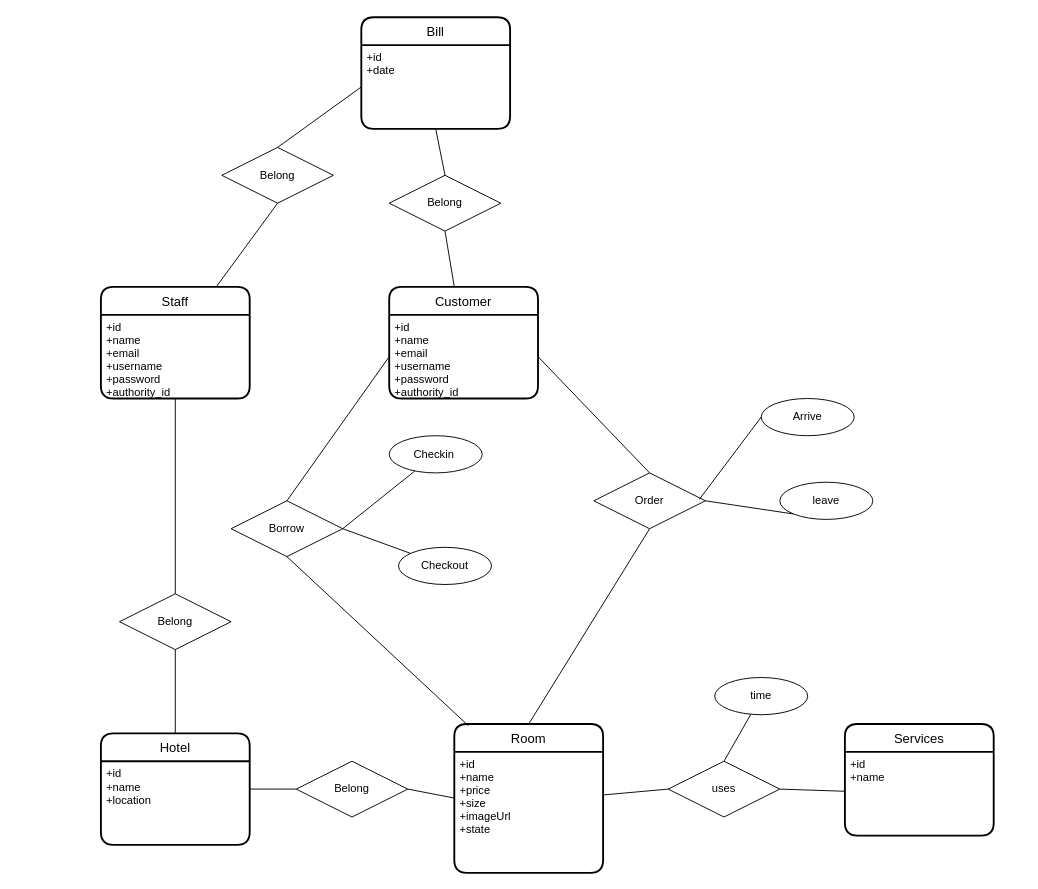
Before: Entity.drawio in KIT2022G2/Project_Hotel_G2, a draw.io diagram. Source tidied: cells renumbered, new cells numbered last; positions are measured from the earlier drawing's top-left corner, leaving out a move shared by most shapes. Both pictures are drawn from the tidied source at 93%, with x=0, y=0 at pixel (100, 17).
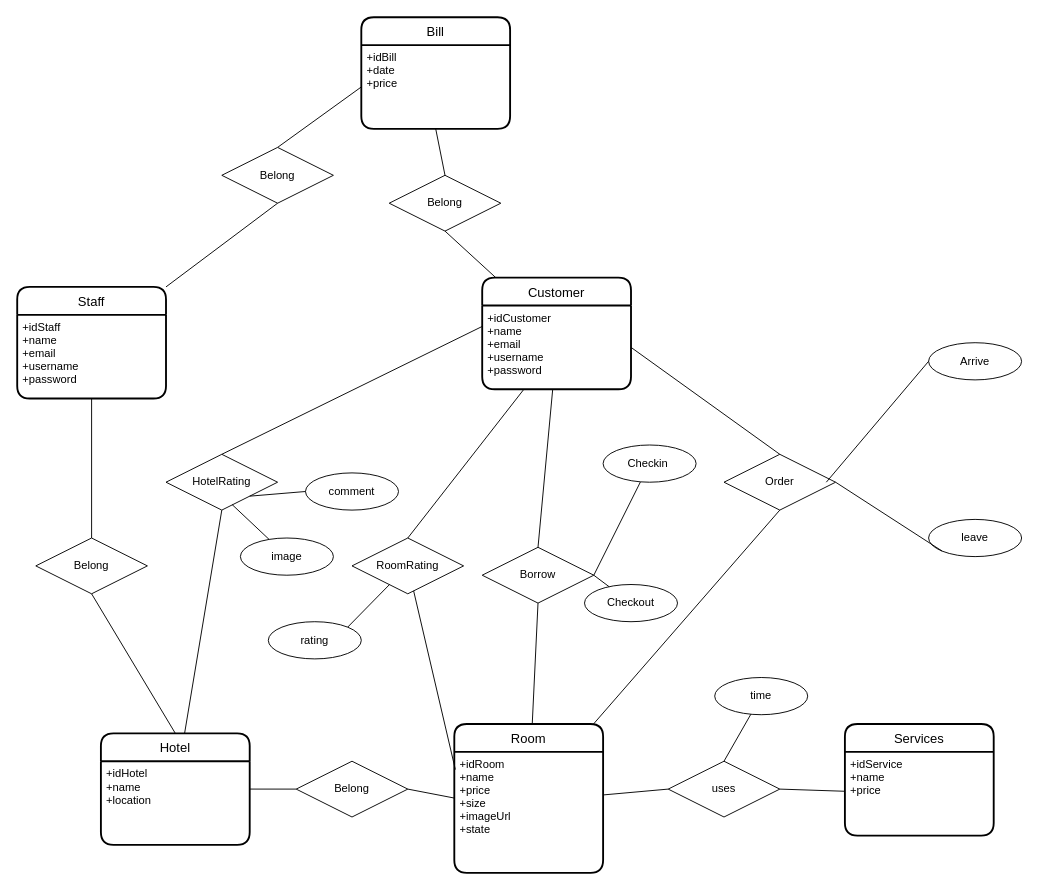
Above is the later version.

Unchanged cells that the change refers to:
```xml
<mxCell id="4" value="Hotel" style="swimlane;horizontal=1;startSize=30;rounded=1;fontSize=14;fontStyle=0;strokeWidth=2;shadow=0;dashed=0;align=center;" parent="1" vertex="1">
  <mxGeometry y="770" width="160" height="120" as="geometry" />
</mxCell>
<mxCell id="6" value="Room" style="swimlane;horizontal=1;startSize=30;rounded=1;fontSize=14;fontStyle=0;strokeWidth=2;shadow=0;dashed=0;align=center;" parent="1" vertex="1">
  <mxGeometry x="380" y="760" width="160" height="160" as="geometry" />
</mxCell>
<mxCell id="8" value="Services" style="swimlane;horizontal=1;startSize=30;rounded=1;fontSize=14;fontStyle=0;strokeWidth=2;shadow=0;dashed=0;align=center;" parent="1" vertex="1">
  <mxGeometry x="800" y="760" width="160" height="120" as="geometry" />
</mxCell>
<mxCell id="37" value="Bill" style="swimlane;horizontal=1;startSize=30;rounded=1;fontSize=14;fontStyle=0;strokeWidth=2;shadow=0;dashed=0;align=center;" parent="1" vertex="1">
  <mxGeometry x="280" width="160" height="120" as="geometry" />
</mxCell>
```

The edit, as a diff of the source:
```diff
@@
     <mxCell id="2" value="Staff" style="swimlane;horizontal=1;startSize=30;rounded=1;fontSize=14;fontStyle=0;strokeWidth=2;shadow=0;dashed=0;align=center;" parent="1" vertex="1">
-      <mxGeometry y="290" width="160" height="120" as="geometry" />
+      <mxGeometry x="-90" y="290" width="160" height="120" as="geometry" />
     </mxCell>
-    <mxCell id="3" value="+id&#10;+name&#10;+email&#10;+username&#10;+password&#10;+authority_id" style="align=left;strokeColor=none;fillColor=none;spacingLeft=4;fontSize=12;verticalAlign=top;" parent="2" vertex="1">
+    <mxCell id="3" value="+idStaff&#10;+name&#10;+email&#10;+username&#10;+password" style="align=left;strokeColor=none;fillColor=none;spacingLeft=4;fontSize=12;verticalAlign=top;" parent="2" vertex="1">
       <mxGeometry y="30" width="160" height="90" as="geometry" />
     </mxCell>
@@
-    <mxCell id="5" value="+id&#10;+name&#10;+location" style="align=left;strokeColor=none;fillColor=none;spacingLeft=4;fontSize=12;verticalAlign=top;" parent="4" vertex="1">
+    <mxCell id="5" value="+idHotel&#10;+name&#10;+location" style="align=left;strokeColor=none;fillColor=none;spacingLeft=4;fontSize=12;verticalAlign=top;" parent="4" vertex="1">
       <mxGeometry y="30" width="160" height="90" as="geometry" />
     </mxCell>
@@
-    <mxCell id="7" value="+id&#10;+name&#10;+price&#10;+size&#10;+imageUrl&#10;+state" style="align=left;strokeColor=none;fillColor=none;spacingLeft=4;fontSize=12;verticalAlign=top;" parent="6" vertex="1">
+    <mxCell id="7" value="+idRoom&#10;+name&#10;+price&#10;+size&#10;+imageUrl&#10;+state" style="align=left;strokeColor=none;fillColor=none;spacingLeft=4;fontSize=12;verticalAlign=top;" parent="6" vertex="1">
       <mxGeometry y="30" width="160" height="130" as="geometry" />
     </mxCell>
@@
-    <mxCell id="9" value="+id&#10;+name" style="align=left;strokeColor=none;fillColor=none;spacingLeft=4;fontSize=12;verticalAlign=top;" parent="8" vertex="1">
+    <mxCell id="9" value="+idService&#10;+name&#10;+price" style="align=left;strokeColor=none;fillColor=none;spacingLeft=4;fontSize=12;verticalAlign=top;" parent="8" vertex="1">
       <mxGeometry y="30" width="160" height="90" as="geometry" />
     </mxCell>
@@
     <mxCell id="17" value="Order" style="shape=rhombus;perimeter=rhombusPerimeter;whiteSpace=wrap;html=1;align=center;" parent="1" vertex="1">
-      <mxGeometry x="530" y="490" width="120" height="60" as="geometry" />
+      <mxGeometry x="670" y="470" width="120" height="60" as="geometry" />
     </mxCell>
     <mxCell id="18" value="Customer" style="swimlane;horizontal=1;startSize=30;rounded=1;fontSize=14;fontStyle=0;strokeWidth=2;shadow=0;dashed=0;align=center;" parent="1" vertex="1">
-      <mxGeometry x="310" y="290" width="160" height="120" as="geometry" />
+      <mxGeometry x="410" y="280" width="160" height="120" as="geometry" />
     </mxCell>
-    <mxCell id="19" value="+id&#10;+name&#10;+email&#10;+username&#10;+password&#10;+authority_id" style="align=left;strokeColor=none;fillColor=none;spacingLeft=4;fontSize=12;verticalAlign=top;" parent="18" vertex="1">
+    <mxCell id="19" value="+idCustomer&#10;+name&#10;+email&#10;+username&#10;+password" style="align=left;strokeColor=none;fillColor=none;spacingLeft=4;fontSize=12;verticalAlign=top;" parent="18" vertex="1">
       <mxGeometry y="30" width="160" height="90" as="geometry" />
     </mxCell>
-    <mxCell id="20" style="endArrow=none;html=1;rounded=0;strokeWidth=1;exitX=0.5;exitY=1;exitDx=0;exitDy=0;entryX=0.5;entryY=0;entryDx=0;entryDy=0;" parent="1" edge="1" source="17" target="6">
+    <mxCell id="20" style="endArrow=none;html=1;rounded=0;strokeWidth=1;exitX=0.5;exitY=1;exitDx=0;exitDy=0;" parent="1" edge="1" source="17" target="6">
       <mxGeometry relative="1" as="geometry" />
     </mxCell>
@@
     <mxCell id="22" value="Borrow" style="shape=rhombus;perimeter=rhombusPerimeter;whiteSpace=wrap;html=1;align=center;" parent="1" vertex="1">
-      <mxGeometry x="140" y="520" width="120" height="60" as="geometry" />
+      <mxGeometry x="410" y="570" width="120" height="60" as="geometry" />
     </mxCell>
-    <mxCell id="23" style="endArrow=none;html=1;rounded=0;strokeWidth=1;exitX=0;exitY=0.5;exitDx=0;exitDy=0;entryX=0.5;entryY=0;entryDx=0;entryDy=0;" parent="1" edge="1" source="19" target="22">
+    <mxCell id="23" style="endArrow=none;html=1;rounded=0;strokeWidth=1;entryX=0.5;entryY=0;entryDx=0;entryDy=0;" parent="1" edge="1" source="19" target="22">
       <mxGeometry relative="1" as="geometry" />
     </mxCell>
-    <mxCell id="24" style="endArrow=none;html=1;rounded=0;strokeWidth=1;exitX=0.5;exitY=1;exitDx=0;exitDy=0;entryX=0.095;entryY=0.012;entryDx=0;entryDy=0;entryPerimeter=0;" parent="1" edge="1" source="22" target="6">
+    <mxCell id="24" style="endArrow=none;html=1;rounded=0;strokeWidth=1;exitX=0.5;exitY=1;exitDx=0;exitDy=0;" parent="1" edge="1" source="22" target="6">
       <mxGeometry relative="1" as="geometry" />
     </mxCell>
     <mxCell id="25" value="Belong" style="shape=rhombus;perimeter=rhombusPerimeter;whiteSpace=wrap;html=1;align=center;" parent="1" vertex="1">
-      <mxGeometry x="20" y="620" width="120" height="60" as="geometry" />
+      <mxGeometry x="-70" y="560" width="120" height="60" as="geometry" />
     </mxCell>
@@
     <mxCell id="28" value="leave" style="ellipse;whiteSpace=wrap;html=1;align=center;" parent="1" vertex="1">
-      <mxGeometry x="730" y="500" width="100" height="40" as="geometry" />
+      <mxGeometry x="890" y="540" width="100" height="40" as="geometry" />
     </mxCell>
@@
     <mxCell id="30" value="Arrive" style="ellipse;whiteSpace=wrap;html=1;align=center;" parent="1" vertex="1">
-      <mxGeometry x="710" y="410" width="100" height="40" as="geometry" />
+      <mxGeometry x="890" y="350" width="100" height="40" as="geometry" />
     </mxCell>
-    <mxCell id="31" style="endArrow=none;html=1;rounded=0;strokeWidth=1;exitX=0.946;exitY=0.473;exitDx=0;exitDy=0;entryX=0;entryY=0.5;entryDx=0;entryDy=0;exitPerimeter=0;" parent="1" edge="1" source="17" target="30">
-      <mxGeometry relative="1" as="geometry" />
+    <mxCell id="31" style="endArrow=none;html=1;rounded=0;strokeWidth=1;entryX=0;entryY=0.5;entryDx=0;entryDy=0;" parent="1" edge="1" target="30">
+      <mxGeometry relative="1" as="geometry">
+        <mxPoint x="780" y="500" as="sourcePoint" />
+      </mxGeometry>
     </mxCell>
     <mxCell id="32" value="Checkin&amp;nbsp;" style="ellipse;whiteSpace=wrap;html=1;align=center;" parent="1" vertex="1">
-      <mxGeometry x="310" y="450" width="100" height="40" as="geometry" />
+      <mxGeometry x="540" y="460" width="100" height="40" as="geometry" />
     </mxCell>
     <mxCell id="33" value="Checkout" style="ellipse;whiteSpace=wrap;html=1;align=center;" parent="1" vertex="1">
-      <mxGeometry x="320" y="570" width="100" height="40" as="geometry" />
+      <mxGeometry x="520" y="610" width="100" height="40" as="geometry" />
     </mxCell>
@@
-    <mxCell id="38" value="+id&#10;+date&#10;" style="align=left;strokeColor=none;fillColor=none;spacingLeft=4;fontSize=12;verticalAlign=top;" parent="37" vertex="1">
+    <mxCell id="38" value="+idBill&#10;+date&#10;+price" style="align=left;strokeColor=none;fillColor=none;spacingLeft=4;fontSize=12;verticalAlign=top;" parent="37" vertex="1">
       <mxGeometry y="30" width="160" height="90" as="geometry" />
     </mxCell>
@@
+    <mxCell id="45" value="HotelRating" style="shape=rhombus;perimeter=rhombusPerimeter;whiteSpace=wrap;html=1;align=center;" parent="1" vertex="1">
+      <mxGeometry x="70" y="470" width="120" height="60" as="geometry" />
+    </mxCell>
+    <mxCell id="46" style="endArrow=none;html=1;rounded=0;strokeWidth=1;exitX=0.5;exitY=1;exitDx=0;exitDy=0;" parent="1" edge="1" source="45" target="4">
+      <mxGeometry relative="1" as="geometry" />
+    </mxCell>
+    <mxCell id="47" style="endArrow=none;html=1;rounded=0;strokeWidth=1;exitX=0;exitY=0.25;exitDx=0;exitDy=0;entryX=0.5;entryY=0;entryDx=0;entryDy=0;" parent="1" edge="1" source="19" target="45">
+      <mxGeometry relative="1" as="geometry" />
+    </mxCell>
+    <mxCell id="48" value="RoomRating" style="shape=rhombus;perimeter=rhombusPerimeter;whiteSpace=wrap;html=1;align=center;" parent="1" vertex="1">
+      <mxGeometry x="270" y="560" width="120" height="60" as="geometry" />
+    </mxCell>
+    <mxCell id="49" style="endArrow=none;html=1;rounded=0;strokeWidth=1;entryX=0.5;entryY=0;entryDx=0;entryDy=0;" parent="1" edge="1" source="19" target="48">
+      <mxGeometry relative="1" as="geometry" />
+    </mxCell>
+    <mxCell id="50" style="endArrow=none;html=1;rounded=0;strokeWidth=1;entryX=0.007;entryY=0.146;entryDx=0;entryDy=0;entryPerimeter=0;" parent="1" edge="1" source="48" target="7">
+      <mxGeometry relative="1" as="geometry" />
+    </mxCell>
+    <mxCell id="51" value="comment" style="ellipse;whiteSpace=wrap;html=1;align=center;" parent="1" vertex="1">
+      <mxGeometry x="220" y="490" width="100" height="40" as="geometry" />
+    </mxCell>
+    <mxCell id="52" value="rating" style="ellipse;whiteSpace=wrap;html=1;align=center;" parent="1" vertex="1">
+      <mxGeometry x="180" y="650" width="100" height="40" as="geometry" />
+    </mxCell>
+    <mxCell id="53" style="endArrow=none;html=1;rounded=0;strokeWidth=1;exitX=1;exitY=1;exitDx=0;exitDy=0;entryX=0;entryY=0.5;entryDx=0;entryDy=0;" parent="1" edge="1" source="45" target="51">
+      <mxGeometry relative="1" as="geometry" />
+    </mxCell>
+    <mxCell id="54" style="endArrow=none;html=1;rounded=0;strokeWidth=1;entryX=1;entryY=0;entryDx=0;entryDy=0;" parent="1" edge="1" source="48" target="52">
+      <mxGeometry relative="1" as="geometry" />
+    </mxCell>
+    <mxCell id="55" style="edgeStyle=orthogonalEdgeStyle;rounded=0;orthogonalLoop=1;jettySize=auto;html=1;exitX=0.5;exitY=1;exitDx=0;exitDy=0;" parent="1" edge="1" source="52" target="52">
+      <mxGeometry relative="1" as="geometry" />
+    </mxCell>
+    <mxCell id="56" value="image" style="ellipse;whiteSpace=wrap;html=1;align=center;" parent="1" vertex="1">
+      <mxGeometry x="150" y="560" width="100" height="40" as="geometry" />
+    </mxCell>
+    <mxCell id="57" style="endArrow=none;html=1;rounded=0;strokeWidth=1;exitX=0.592;exitY=0.9;exitDx=0;exitDy=0;exitPerimeter=0;" parent="1" edge="1" source="45" target="56">
+      <mxGeometry relative="1" as="geometry" />
+    </mxCell>
```
